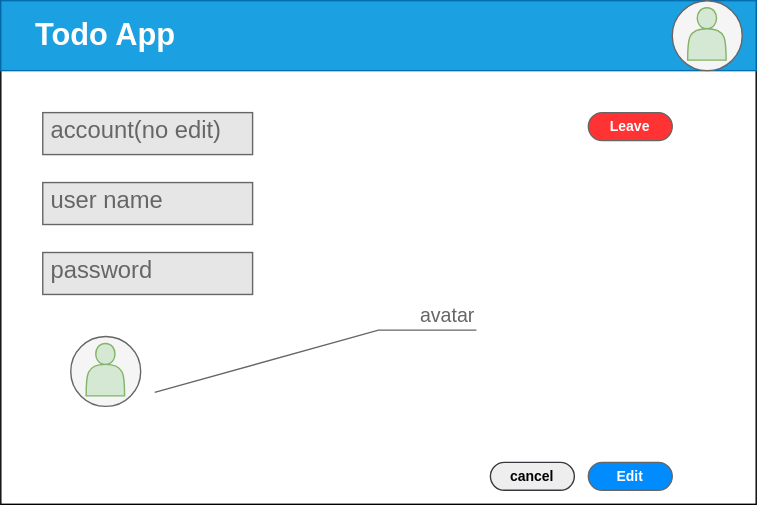
This is design/frontend/Profile.drawio.svg from nihiyama/todo-app-demo, a draw.io export, as it was before one commit. Source tidied: cells renumbered, new cells last; positions are measured from the earlier drawing's top-left corner, leaving out a move shared by most shapes. Source of this version:
```xml
<mxGraphModel>
  <root>
    <mxCell id="0" />
    <mxCell id="1" parent="0" />
    <mxCell id="2" style="rounded=0;whiteSpace=wrap;html=1;" parent="1" vertex="1">
      <mxGeometry width="540" height="360" as="geometry" />
    </mxCell>
    <mxCell id="3" style="rounded=0;whiteSpace=wrap;html=1;fillColor=#1ba1e2;strokeColor=#006EAF;fontColor=#ffffff;" parent="1" vertex="1">
      <mxGeometry width="540" height="50" as="geometry" />
    </mxCell>
    <mxCell id="4" style="ellipse;whiteSpace=wrap;html=1;strokeColor=#666666;fillColor=#f5f5f5;fontColor=#333333;" parent="1" vertex="1">
      <mxGeometry x="50" y="240" width="50" height="50" as="geometry" />
    </mxCell>
    <mxCell id="5" value="Todo App" style="text;html=1;strokeColor=none;fillColor=none;align=center;verticalAlign=middle;whiteSpace=wrap;rounded=0;fontColor=#FFFFFF;fontStyle=1;fontSize=22;" parent="1" vertex="1">
      <mxGeometry x="10" y="15" width="130" height="20" as="geometry" />
    </mxCell>
    <mxCell id="6" style="shape=actor;whiteSpace=wrap;html=1;fontSize=18;align=center;fillColor=#d5e8d4;strokeColor=#82b366;" parent="1" vertex="1">
      <mxGeometry x="61" y="245" width="27.5" height="37.5" as="geometry" />
    </mxCell>
    <mxCell id="7" value="cancel" style="strokeWidth=1;shadow=0;dashed=0;align=center;html=1;shape=mxgraph.mockup.buttons.button;strokeColor=#36393d;mainText=;buttonStyle=round;fontSize=10;fontStyle=1;fillColor=#eeeeee;whiteSpace=wrap;" parent="1" vertex="1">
      <mxGeometry x="350" y="330" width="60" height="20" as="geometry" />
    </mxCell>
    <mxCell id="8" value="Edit" style="strokeWidth=1;shadow=0;dashed=0;align=center;html=1;shape=mxgraph.mockup.buttons.button;strokeColor=#666666;fontColor=#ffffff;mainText=;buttonStyle=round;fontSize=10;fontStyle=1;fillColor=#008cff;whiteSpace=wrap;" parent="1" vertex="1">
      <mxGeometry x="420" y="330" width="60" height="20" as="geometry" />
    </mxCell>
    <mxCell id="9" value="account(no edit)" style="strokeWidth=1;shadow=0;dashed=0;align=center;html=1;shape=mxgraph.mockup.text.textBox;fontColor=#666666;align=left;fontSize=17;spacingLeft=4;spacingTop=-3;strokeColor=#666666;mainText=;fillColor=#E6E6E6;" parent="1" vertex="1">
      <mxGeometry x="30" y="80" width="150" height="30" as="geometry" />
    </mxCell>
    <mxCell id="10" value="user name" style="strokeWidth=1;shadow=0;dashed=0;align=center;html=1;shape=mxgraph.mockup.text.textBox;fontColor=#666666;align=left;fontSize=17;spacingLeft=4;spacingTop=-3;strokeColor=#666666;mainText=;fillColor=#E6E6E6;" parent="1" vertex="1">
      <mxGeometry x="30" y="130" width="150" height="30" as="geometry" />
    </mxCell>
    <mxCell id="11" value="password" style="strokeWidth=1;shadow=0;dashed=0;align=center;html=1;shape=mxgraph.mockup.text.textBox;fontColor=#666666;align=left;fontSize=17;spacingLeft=4;spacingTop=-3;strokeColor=#666666;mainText=;fillColor=#E6E6E6;" parent="1" vertex="1">
      <mxGeometry x="30" y="180" width="150" height="30" as="geometry" />
    </mxCell>
    <mxCell id="12" value="avatar" style="strokeWidth=1;shadow=0;dashed=0;align=center;html=1;shape=mxgraph.mockup.text.callout;linkText=;textSize=17;textColor=#666666;callDir=NE;callStyle=line;fontSize=14;fontColor=#666666;align=right;verticalAlign=top;strokeColor=#666666;fillColor=#E6E6E6;" parent="1" vertex="1">
      <mxGeometry x="110" y="210" width="230" height="70" as="geometry" />
    </mxCell>
    <mxCell id="13" style="ellipse;whiteSpace=wrap;html=1;strokeColor=#666666;fillColor=#f5f5f5;fontColor=#333333;" parent="1" vertex="1">
      <mxGeometry x="480" width="50" height="50" as="geometry" />
    </mxCell>
    <mxCell id="14" style="shape=actor;whiteSpace=wrap;html=1;fontSize=18;align=center;fillColor=#d5e8d4;strokeColor=#82b366;" parent="1" vertex="1">
      <mxGeometry x="491" y="5" width="27.5" height="37.5" as="geometry" />
    </mxCell>
    <mxCell id="15" value="Leave" style="strokeWidth=1;shadow=0;dashed=0;align=center;html=1;shape=mxgraph.mockup.buttons.button;strokeColor=#666666;fontColor=#ffffff;mainText=;buttonStyle=round;fontSize=10;fontStyle=1;whiteSpace=wrap;fillColor=#FF3333;" parent="1" vertex="1">
      <mxGeometry x="420" y="80" width="60" height="20" as="geometry" />
    </mxCell>
  </root>
</mxGraphModel>
```
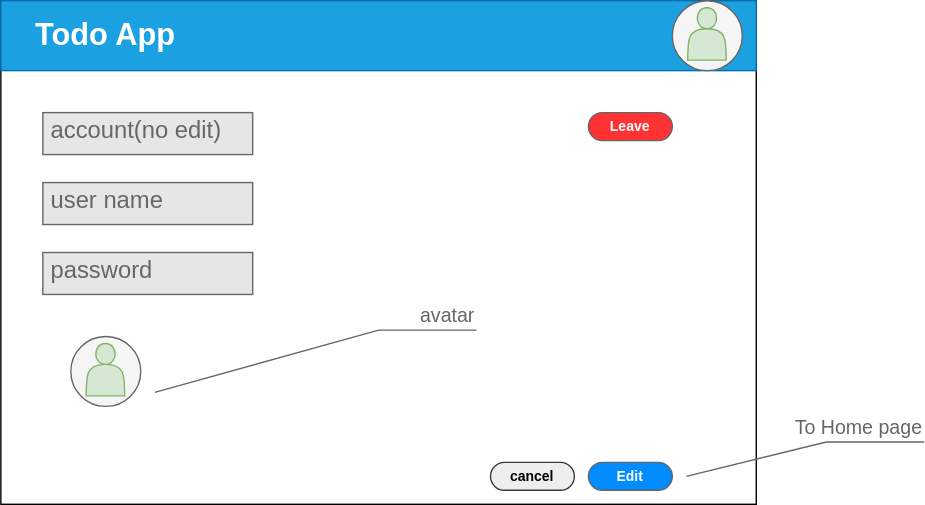
Above is the later version.

Commit message:
fix page transition

Change to the diagram source:
```diff
@@ -44,5 +44,8 @@
     <mxCell id="15" value="Leave" style="strokeWidth=1;shadow=0;dashed=0;align=center;html=1;shape=mxgraph.mockup.buttons.button;strokeColor=#666666;fontColor=#ffffff;mainText=;buttonStyle=round;fontSize=10;fontStyle=1;whiteSpace=wrap;fillColor=#FF3333;" parent="1" vertex="1">
       <mxGeometry x="420" y="80" width="60" height="20" as="geometry" />
     </mxCell>
+    <mxCell id="16" value="To Home page" style="strokeWidth=1;shadow=0;dashed=0;align=center;html=1;shape=mxgraph.mockup.text.callout;linkText=;textSize=17;textColor=#666666;callDir=NE;callStyle=line;fontSize=14;fontColor=#666666;align=right;verticalAlign=top;strokeColor=#666666;fillColor=#E6E6E6;" parent="1" vertex="1">
+      <mxGeometry x="490" y="290" width="170" height="50" as="geometry" />
+    </mxCell>
   </root>
 </mxGraphModel>
```
